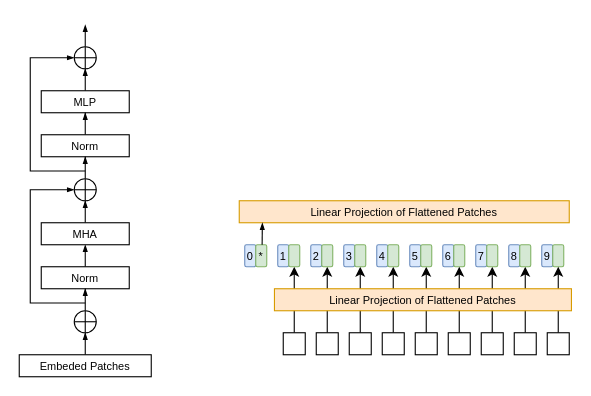
qjl988/drawio keeps this draw.io diagram as vit.drawio. Above is the earlier version. Source tidied: cells renumbered, new cells numbered last; positions are measured from the earlier drawing's top-left corner, leaving out a move shared by most shapes. Both pictures are drawn from the tidied source at 110%, with x=0, y=0 at pixel (19, 24).
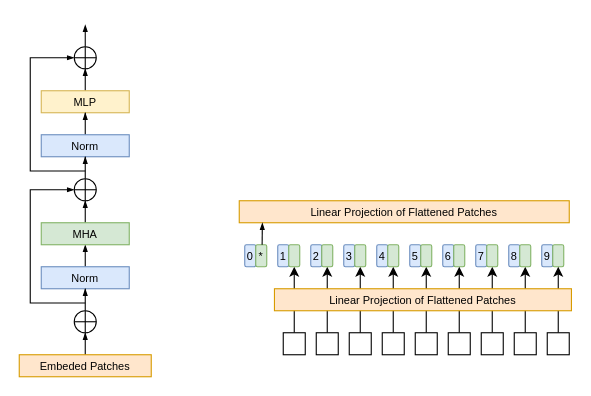
Above is the later version.

What changed in the source:
```diff
@@
-    <mxCell id="3" value="&lt;font style=&quot;font-size: 10px;&quot;&gt;Norm&lt;/font&gt;" style="rounded=0;whiteSpace=wrap;html=1;" parent="1" vertex="1">
+    <mxCell id="3" value="&lt;font style=&quot;font-size: 10px;&quot;&gt;Norm&lt;/font&gt;" style="rounded=0;whiteSpace=wrap;html=1;fillColor=#dae8fc;strokeColor=#6c8ebf;" parent="1" vertex="1">
       <mxGeometry x="20" y="220" width="80" height="20" as="geometry" />
     </mxCell>
@@
-    <mxCell id="5" value="&lt;font style=&quot;font-size: 10px;&quot;&gt;Embeded Patches&lt;/font&gt;" style="rounded=0;whiteSpace=wrap;html=1;" parent="1" vertex="1">
+    <mxCell id="5" value="&lt;font style=&quot;font-size: 10px;&quot;&gt;Embeded Patches&lt;/font&gt;" style="rounded=0;whiteSpace=wrap;html=1;fillColor=#ffe6cc;strokeColor=#d79b00;" parent="1" vertex="1">
       <mxGeometry y="300" width="120" height="20" as="geometry" />
     </mxCell>
@@
-    <mxCell id="7" value="&lt;font style=&quot;font-size: 10px;&quot;&gt;MHA&lt;/font&gt;" style="rounded=0;whiteSpace=wrap;html=1;" parent="1" vertex="1">
+    <mxCell id="7" value="&lt;font style=&quot;font-size: 10px;&quot;&gt;MHA&lt;/font&gt;" style="rounded=0;whiteSpace=wrap;html=1;fillColor=#d5e8d4;strokeColor=#82b366;" parent="1" vertex="1">
       <mxGeometry x="20" y="180" width="80" height="20" as="geometry" />
     </mxCell>
@@
-    <mxCell id="9" value="&lt;font style=&quot;font-size: 10px;&quot;&gt;MLP&lt;/font&gt;" style="rounded=0;whiteSpace=wrap;html=1;" parent="1" vertex="1">
+    <mxCell id="9" value="&lt;font style=&quot;font-size: 10px;&quot;&gt;MLP&lt;/font&gt;" style="rounded=0;whiteSpace=wrap;html=1;fillColor=#fff2cc;strokeColor=#d6b656;" parent="1" vertex="1">
       <mxGeometry x="20" y="60" width="80" height="20" as="geometry" />
     </mxCell>
@@
-    <mxCell id="11" value="&lt;font style=&quot;font-size: 10px;&quot;&gt;Norm&lt;/font&gt;" style="rounded=0;whiteSpace=wrap;html=1;" parent="1" vertex="1">
+    <mxCell id="11" value="&lt;font style=&quot;font-size: 10px;&quot;&gt;Norm&lt;/font&gt;" style="rounded=0;whiteSpace=wrap;html=1;fillColor=#dae8fc;strokeColor=#6c8ebf;" parent="1" vertex="1">
       <mxGeometry x="20" y="100" width="80" height="20" as="geometry" />
     </mxCell>
```
